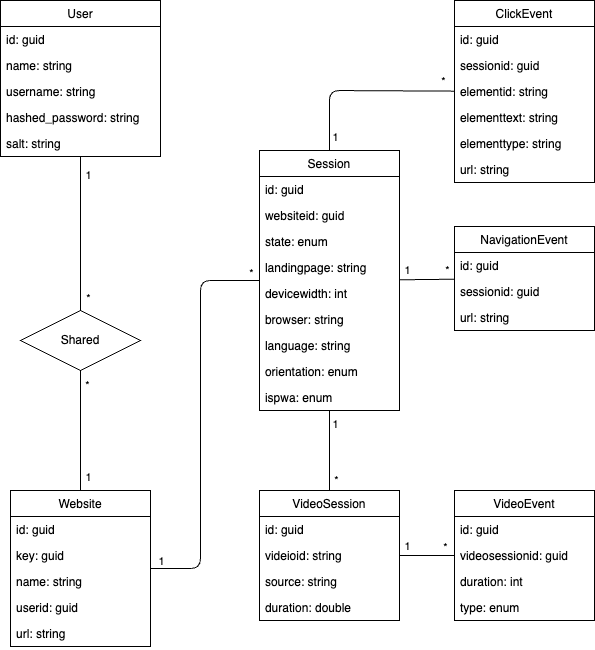
Above: documentation/domain.drawio.png in Nikditten/BachelorProjekt (draw.io), before the change. Source tidied: cells renumbered, new cells last; positions are measured from the earlier drawing's top-left corner, leaving out a move shared by most shapes.
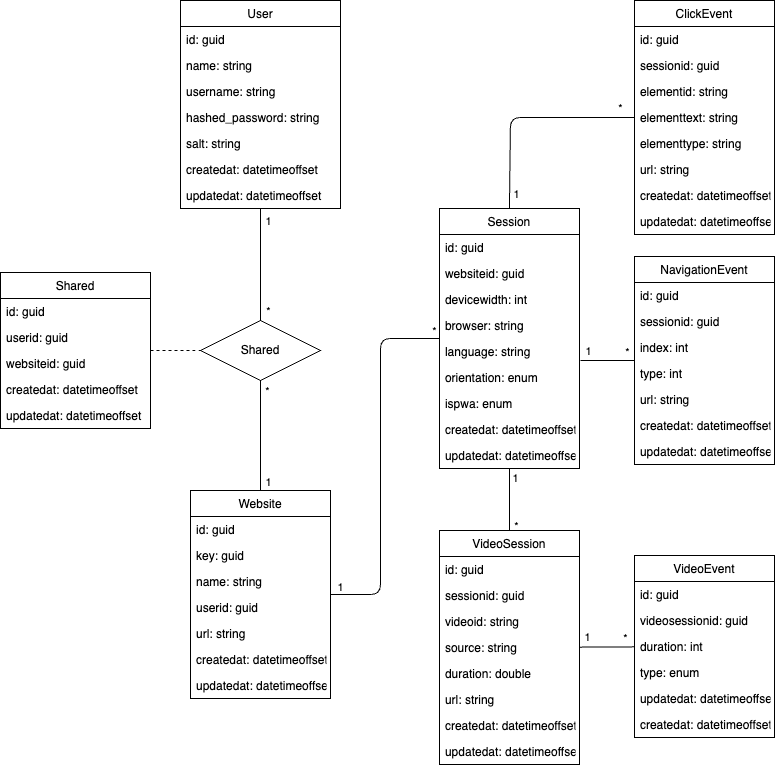
The same diagram one commit later.

Commit message:
Remove unused using statement in Shared.cs and update domain.drawio.png

What changed in the source:
```diff
@@ -16,7 +16,7 @@
       </mxGeometry>
     </mxCell>
     <mxCell id="5" value="User" style="swimlane;fontStyle=0;horizontal=1;startSize=26;fillColor=none;" parent="1" vertex="1">
-      <mxGeometry width="160" height="156" as="geometry" />
+      <mxGeometry width="160" height="208" as="geometry" />
     </mxCell>
     <mxCell id="6" value="id: guid" style="text;strokeColor=none;fillColor=none;align=left;verticalAlign=top;spacingLeft=4;spacingRight=4;overflow=hidden;" parent="5" vertex="1">
       <mxGeometry y="26" width="160" height="26" as="geometry" />
@@ -33,11 +33,17 @@
     <mxCell id="10" value="salt: string" style="text;strokeColor=none;fillColor=none;align=left;verticalAlign=top;spacingLeft=4;spacingRight=4;overflow=hidden;" parent="5" vertex="1">
       <mxGeometry y="130" width="160" height="26" as="geometry" />
     </mxCell>
+    <mxCell id="67" value="createdat: datetimeoffset" style="text;strokeColor=none;fillColor=none;align=left;verticalAlign=top;spacingLeft=4;spacingRight=4;overflow=hidden;" parent="5" vertex="1">
+      <mxGeometry y="156" width="160" height="26" as="geometry" />
+    </mxCell>
+    <mxCell id="68" value="updatedat: datetimeoffset" style="text;strokeColor=none;fillColor=none;align=left;verticalAlign=top;spacingLeft=4;spacingRight=4;overflow=hidden;" parent="5" vertex="1">
+      <mxGeometry y="182" width="160" height="26" as="geometry" />
+    </mxCell>
     <mxCell id="11" style="edgeStyle=none;html=1;endArrow=none;endFill=0;" parent="1" edge="1" source="14" target="20">
       <mxGeometry relative="1" as="geometry">
         <Array as="points">
-          <mxPoint x="200" y="568" />
-          <mxPoint x="200" y="280" />
+          <mxPoint x="200" y="594" />
+          <mxPoint x="200" y="338" />
         </Array>
       </mxGeometry>
     </mxCell>
@@ -52,7 +58,7 @@
       </mxGeometry>
     </mxCell>
     <mxCell id="14" value="Website" style="swimlane;fontStyle=0;horizontal=1;startSize=26;fillColor=none;" parent="1" vertex="1">
-      <mxGeometry x="10" y="490" width="140" height="156" as="geometry" />
+      <mxGeometry x="10" y="490" width="140" height="208" as="geometry" />
     </mxCell>
     <mxCell id="15" value="id: guid" style="text;strokeColor=none;fillColor=none;align=left;verticalAlign=top;spacingLeft=4;spacingRight=4;overflow=hidden;" parent="14" vertex="1">
       <mxGeometry y="26" width="140" height="26" as="geometry" />
@@ -69,8 +75,14 @@
     <mxCell id="19" value="url: string" style="text;strokeColor=none;fillColor=none;align=left;verticalAlign=top;spacingLeft=4;spacingRight=4;overflow=hidden;" parent="14" vertex="1">
       <mxGeometry y="130" width="140" height="26" as="geometry" />
     </mxCell>
+    <mxCell id="69" value="createdat: datetimeoffset" style="text;strokeColor=none;fillColor=none;align=left;verticalAlign=top;spacingLeft=4;spacingRight=4;overflow=hidden;" parent="14" vertex="1">
+      <mxGeometry y="156" width="140" height="26" as="geometry" />
+    </mxCell>
+    <mxCell id="70" value="updatedat: datetimeoffset" style="text;strokeColor=none;fillColor=none;align=left;verticalAlign=top;spacingLeft=4;spacingRight=4;overflow=hidden;" parent="14" vertex="1">
+      <mxGeometry y="182" width="140" height="26" as="geometry" />
+    </mxCell>
     <mxCell id="20" value="Session" style="swimlane;fontStyle=0;horizontal=1;startSize=26;fillColor=none;" parent="1" vertex="1">
-      <mxGeometry x="258.9" y="150" width="140" height="260" as="geometry" />
+      <mxGeometry x="258.9" y="208" width="140" height="260" as="geometry" />
     </mxCell>
     <mxCell id="21" value="id: guid" style="text;strokeColor=none;fillColor=none;align=left;verticalAlign=top;spacingLeft=4;spacingRight=4;overflow=hidden;" parent="20" vertex="1">
       <mxGeometry y="26" width="140" height="26" as="geometry" />
@@ -78,27 +90,27 @@
     <mxCell id="22" value="websiteid: guid" style="text;strokeColor=none;fillColor=none;align=left;verticalAlign=top;spacingLeft=4;spacingRight=4;overflow=hidden;" parent="20" vertex="1">
       <mxGeometry y="52" width="140" height="26" as="geometry" />
     </mxCell>
-    <mxCell id="23" value="state: enum" style="text;strokeColor=none;fillColor=none;align=left;verticalAlign=top;spacingLeft=4;spacingRight=4;overflow=hidden;" parent="20" vertex="1">
-      <mxGeometry y="78" width="140" height="26" as="geometry" />
-    </mxCell>
-    <mxCell id="24" value="landingpage: string" style="text;strokeColor=none;fillColor=none;align=left;verticalAlign=top;spacingLeft=4;spacingRight=4;overflow=hidden;" parent="20" vertex="1">
-      <mxGeometry y="104" width="140" height="26" as="geometry" />
-    </mxCell>
     <mxCell id="25" value="devicewidth: int" style="text;strokeColor=none;fillColor=none;align=left;verticalAlign=top;spacingLeft=4;spacingRight=4;overflow=hidden;" parent="20" vertex="1">
-      <mxGeometry y="130" width="140" height="26" as="geometry" />
+      <mxGeometry y="78" width="140" height="26" as="geometry" />
     </mxCell>
     <mxCell id="26" value="browser: string" style="text;strokeColor=none;fillColor=none;align=left;verticalAlign=top;spacingLeft=4;spacingRight=4;overflow=hidden;" parent="20" vertex="1">
-      <mxGeometry y="156" width="140" height="26" as="geometry" />
+      <mxGeometry y="104" width="140" height="26" as="geometry" />
     </mxCell>
     <mxCell id="27" value="language: string" style="text;strokeColor=none;fillColor=none;align=left;verticalAlign=top;spacingLeft=4;spacingRight=4;overflow=hidden;" parent="20" vertex="1">
-      <mxGeometry y="182" width="140" height="26" as="geometry" />
+      <mxGeometry y="130" width="140" height="26" as="geometry" />
     </mxCell>
     <mxCell id="28" value="orientation: enum" style="text;strokeColor=none;fillColor=none;align=left;verticalAlign=top;spacingLeft=4;spacingRight=4;overflow=hidden;" parent="20" vertex="1">
-      <mxGeometry y="208" width="140" height="26" as="geometry" />
+      <mxGeometry y="156" width="140" height="26" as="geometry" />
     </mxCell>
     <mxCell id="29" value="ispwa: enum" style="text;strokeColor=none;fillColor=none;align=left;verticalAlign=top;spacingLeft=4;spacingRight=4;overflow=hidden;" parent="20" vertex="1">
-      <mxGeometry y="234" width="140" height="26" as="geometry" />
+      <mxGeometry y="182" width="140" height="26" as="geometry" />
     </mxCell>
+    <mxCell id="71" value="createdat: datetimeoffset" style="text;strokeColor=none;fillColor=none;align=left;verticalAlign=top;spacingLeft=4;spacingRight=4;overflow=hidden;" parent="20" vertex="1">
+      <mxGeometry y="208" width="140" height="26" as="geometry" />
+    </mxCell>
+    <mxCell id="72" value="updatedat: datetimeoffset" style="text;strokeColor=none;fillColor=none;align=left;verticalAlign=top;spacingLeft=4;spacingRight=4;overflow=hidden;" parent="20" vertex="1">
+      <mxGeometry y="234" width="140" height="26" as="geometry" />
+    </mxCell>
     <mxCell id="30" style="edgeStyle=none;html=1;endArrow=none;endFill=0;" parent="1" edge="1" source="33" target="20">
       <mxGeometry relative="1" as="geometry" />
     </mxCell>
@@ -113,20 +125,32 @@
       </mxGeometry>
     </mxCell>
     <mxCell id="33" value="VideoSession" style="swimlane;fontStyle=0;horizontal=1;startSize=26;fillColor=none;" parent="1" vertex="1">
-      <mxGeometry x="258.9" y="490" width="140" height="130" as="geometry" />
+      <mxGeometry x="258.9" y="530" width="140" height="234" as="geometry" />
     </mxCell>
     <mxCell id="34" value="id: guid" style="text;strokeColor=none;fillColor=none;align=left;verticalAlign=top;spacingLeft=4;spacingRight=4;overflow=hidden;" parent="33" vertex="1">
       <mxGeometry y="26" width="140" height="26" as="geometry" />
     </mxCell>
+    <mxCell id="73" value="sessionid: guid" style="text;strokeColor=none;fillColor=none;align=left;verticalAlign=top;spacingLeft=4;spacingRight=4;overflow=hidden;" parent="33" vertex="1">
+      <mxGeometry y="52" width="140" height="26" as="geometry" />
+    </mxCell>
-    <mxCell id="35" value="videioid: string" style="text;strokeColor=none;fillColor=none;align=left;verticalAlign=top;spacingLeft=4;spacingRight=4;overflow=hidden;" parent="33" vertex="1">
-      <mxGeometry y="52" width="140" height="26" as="geometry" />
+    <mxCell id="35" value="videoid: string" style="text;strokeColor=none;fillColor=none;align=left;verticalAlign=top;spacingLeft=4;spacingRight=4;overflow=hidden;" parent="33" vertex="1">
+      <mxGeometry y="78" width="140" height="26" as="geometry" />
     </mxCell>
     <mxCell id="36" value="source: string" style="text;strokeColor=none;fillColor=none;align=left;verticalAlign=top;spacingLeft=4;spacingRight=4;overflow=hidden;" parent="33" vertex="1">
-      <mxGeometry y="78" width="140" height="26" as="geometry" />
+      <mxGeometry y="104" width="140" height="26" as="geometry" />
     </mxCell>
+    <mxCell id="74" value="duration: double" style="text;strokeColor=none;fillColor=none;align=left;verticalAlign=top;spacingLeft=4;spacingRight=4;overflow=hidden;" parent="33" vertex="1">
+      <mxGeometry y="130" width="140" height="26" as="geometry" />
+    </mxCell>
-    <mxCell id="37" value="duration: double" style="text;strokeColor=none;fillColor=none;align=left;verticalAlign=top;spacingLeft=4;spacingRight=4;overflow=hidden;" parent="33" vertex="1">
-      <mxGeometry y="104" width="140" height="26" as="geometry" />
+    <mxCell id="37" value="url: string" style="text;strokeColor=none;fillColor=none;align=left;verticalAlign=top;spacingLeft=4;spacingRight=4;overflow=hidden;" parent="33" vertex="1">
+      <mxGeometry y="156" width="140" height="26" as="geometry" />
     </mxCell>
+    <mxCell id="75" value="createdat: datetimeoffset" style="text;strokeColor=none;fillColor=none;align=left;verticalAlign=top;spacingLeft=4;spacingRight=4;overflow=hidden;" parent="33" vertex="1">
+      <mxGeometry y="182" width="140" height="26" as="geometry" />
+    </mxCell>
+    <mxCell id="76" value="updatedat: datetimeoffset" style="text;strokeColor=none;fillColor=none;align=left;verticalAlign=top;spacingLeft=4;spacingRight=4;overflow=hidden;" parent="33" vertex="1">
+      <mxGeometry y="208" width="140" height="26" as="geometry" />
+    </mxCell>
     <mxCell id="38" style="edgeStyle=none;html=1;endArrow=none;endFill=0;" parent="1" edge="1" source="41" target="33">
       <mxGeometry relative="1" as="geometry" />
     </mxCell>
@@ -141,7 +165,7 @@
       </mxGeometry>
     </mxCell>
     <mxCell id="41" value="VideoEvent" style="swimlane;fontStyle=0;horizontal=1;startSize=26;fillColor=none;" parent="1" vertex="1">
-      <mxGeometry x="453.9" y="490" width="140" height="130" as="geometry" />
+      <mxGeometry x="453.9" y="555" width="140" height="182" as="geometry" />
     </mxCell>
     <mxCell id="42" value="id: guid" style="text;strokeColor=none;fillColor=none;align=left;verticalAlign=top;spacingLeft=4;spacingRight=4;overflow=hidden;" parent="41" vertex="1">
       <mxGeometry y="26" width="140" height="26" as="geometry" />
@@ -155,8 +179,16 @@
     <mxCell id="45" value="type: enum" style="text;strokeColor=none;fillColor=none;align=left;verticalAlign=top;spacingLeft=4;spacingRight=4;overflow=hidden;" parent="41" vertex="1">
       <mxGeometry y="104" width="140" height="26" as="geometry" />
     </mxCell>
+    <mxCell id="77" value="updatedat: datetimeoffset" style="text;strokeColor=none;fillColor=none;align=left;verticalAlign=top;spacingLeft=4;spacingRight=4;overflow=hidden;" parent="41" vertex="1">
+      <mxGeometry y="130" width="140" height="26" as="geometry" />
+    </mxCell>
+    <mxCell id="78" value="createdat: datetimeoffset" style="text;strokeColor=none;fillColor=none;align=left;verticalAlign=top;spacingLeft=4;spacingRight=4;overflow=hidden;" parent="41" vertex="1">
+      <mxGeometry y="156" width="140" height="26" as="geometry" />
+    </mxCell>
-    <mxCell id="46" style="edgeStyle=none;html=1;endArrow=none;endFill=0;" parent="1" edge="1" source="49" target="20">
-      <mxGeometry relative="1" as="geometry" />
+    <mxCell id="46" style="edgeStyle=none;html=1;endArrow=none;endFill=0;" parent="1" edge="1" source="49">
+      <mxGeometry relative="1" as="geometry">
+        <mxPoint x="400" y="360" as="targetPoint" />
+      </mxGeometry>
     </mxCell>
     <mxCell id="47" value="*" style="edgeLabel;html=1;align=center;verticalAlign=middle;" parent="46" vertex="1">
       <mxGeometry x="-0.63" y="1" relative="1" as="geometry">
@@ -169,7 +201,7 @@
       </mxGeometry>
     </mxCell>
     <mxCell id="49" value="NavigationEvent" style="swimlane;fontStyle=0;horizontal=1;startSize=26;fillColor=none;" parent="1" vertex="1">
-      <mxGeometry x="453.9" y="226" width="140" height="104" as="geometry" />
+      <mxGeometry x="453.9" y="256" width="140" height="208" as="geometry" />
     </mxCell>
     <mxCell id="50" value="id: guid" style="text;strokeColor=none;fillColor=none;align=left;verticalAlign=top;spacingLeft=4;spacingRight=4;overflow=hidden;" parent="49" vertex="1">
       <mxGeometry y="26" width="140" height="26" as="geometry" />
@@ -177,13 +209,25 @@
     <mxCell id="51" value="sessionid: guid" style="text;strokeColor=none;fillColor=none;align=left;verticalAlign=top;spacingLeft=4;spacingRight=4;overflow=hidden;" parent="49" vertex="1">
       <mxGeometry y="52" width="140" height="26" as="geometry" />
     </mxCell>
+    <mxCell id="79" value="index: int" style="text;strokeColor=none;fillColor=none;align=left;verticalAlign=top;spacingLeft=4;spacingRight=4;overflow=hidden;" parent="49" vertex="1">
+      <mxGeometry y="78" width="140" height="26" as="geometry" />
+    </mxCell>
+    <mxCell id="80" value="type: int" style="text;strokeColor=none;fillColor=none;align=left;verticalAlign=top;spacingLeft=4;spacingRight=4;overflow=hidden;" parent="49" vertex="1">
+      <mxGeometry y="104" width="140" height="26" as="geometry" />
+    </mxCell>
     <mxCell id="52" value="url: string" style="text;strokeColor=none;fillColor=none;align=left;verticalAlign=top;spacingLeft=4;spacingRight=4;overflow=hidden;" parent="49" vertex="1">
-      <mxGeometry y="78" width="140" height="26" as="geometry" />
+      <mxGeometry y="130" width="140" height="26" as="geometry" />
     </mxCell>
+    <mxCell id="81" value="createdat: datetimeoffset" style="text;strokeColor=none;fillColor=none;align=left;verticalAlign=top;spacingLeft=4;spacingRight=4;overflow=hidden;" parent="49" vertex="1">
+      <mxGeometry y="156" width="140" height="26" as="geometry" />
+    </mxCell>
+    <mxCell id="82" value="updatedat: datetimeoffset" style="text;strokeColor=none;fillColor=none;align=left;verticalAlign=top;spacingLeft=4;spacingRight=4;overflow=hidden;" parent="49" vertex="1">
+      <mxGeometry y="182" width="140" height="26" as="geometry" />
+    </mxCell>
     <mxCell id="53" style="edgeStyle=none;html=1;entryX=0.5;entryY=0;entryDx=0;entryDy=0;endArrow=none;endFill=0;" parent="1" edge="1" source="56" target="20">
       <mxGeometry relative="1" as="geometry">
         <Array as="points">
-          <mxPoint x="328.9" y="90" />
+          <mxPoint x="330" y="117" />
         </Array>
       </mxGeometry>
     </mxCell>
@@ -198,7 +242,7 @@
       </mxGeometry>
     </mxCell>
     <mxCell id="56" value="ClickEvent" style="swimlane;fontStyle=0;horizontal=1;startSize=26;fillColor=none;" parent="1" vertex="1">
-      <mxGeometry x="453.9" width="140" height="182" as="geometry" />
+      <mxGeometry x="453.9" width="140" height="234" as="geometry" />
     </mxCell>
     <mxCell id="57" value="id: guid" style="text;strokeColor=none;fillColor=none;align=left;verticalAlign=top;spacingLeft=4;spacingRight=4;overflow=hidden;" parent="56" vertex="1">
       <mxGeometry y="26" width="140" height="26" as="geometry" />
@@ -218,21 +262,48 @@
     <mxCell id="62" value="url: string" style="text;strokeColor=none;fillColor=none;align=left;verticalAlign=top;spacingLeft=4;spacingRight=4;overflow=hidden;" parent="56" vertex="1">
       <mxGeometry y="156" width="140" height="26" as="geometry" />
     </mxCell>
+    <mxCell id="83" value="createdat: datetimeoffset" style="text;strokeColor=none;fillColor=none;align=left;verticalAlign=top;spacingLeft=4;spacingRight=4;overflow=hidden;" parent="56" vertex="1">
+      <mxGeometry y="182" width="140" height="26" as="geometry" />
+    </mxCell>
+    <mxCell id="84" value="updatedat: datetimeoffset" style="text;strokeColor=none;fillColor=none;align=left;verticalAlign=top;spacingLeft=4;spacingRight=4;overflow=hidden;" parent="56" vertex="1">
+      <mxGeometry y="208" width="140" height="26" as="geometry" />
+    </mxCell>
     <mxCell id="63" style="edgeStyle=none;html=1;endArrow=none;entryX=0.5;entryY=0;entryDx=0;entryDy=0;" parent="1" edge="1" source="5" target="66">
       <mxGeometry relative="1" as="geometry" />
     </mxCell>
     <mxCell id="64" value="1" style="edgeLabel;html=1;align=center;verticalAlign=middle;" parent="63" vertex="1">
       <mxGeometry x="-0.5" y="3" relative="1" as="geometry">
-        <mxPoint x="4" y="-21" as="offset" />
+        <mxPoint x="4" y="-16" as="offset" />
       </mxGeometry>
     </mxCell>
     <mxCell id="65" value="*" style="edgeLabel;html=1;align=center;verticalAlign=middle;" parent="63" vertex="1">
       <mxGeometry x="0.38" y="-3" relative="1" as="geometry">
-        <mxPoint x="10" y="35" as="offset" />
+        <mxPoint x="10" y="25" as="offset" />
       </mxGeometry>
     </mxCell>
     <mxCell id="66" value="Shared" style="shape=rhombus;perimeter=rhombusPerimeter;whiteSpace=wrap;html=1;align=center;" parent="1" vertex="1">
-      <mxGeometry x="20" y="310" width="120" height="60" as="geometry" />
+      <mxGeometry x="20" y="320" width="120" height="60" as="geometry" />
     </mxCell>
+    <mxCell id="85" style="edgeStyle=none;html=1;entryX=0;entryY=0.5;entryDx=0;entryDy=0;endArrow=none;endFill=0;dashed=1;" parent="1" edge="1" source="86" target="66">
+      <mxGeometry relative="1" as="geometry" />
+    </mxCell>
+    <mxCell id="86" value="Shared" style="swimlane;fontStyle=0;horizontal=1;startSize=26;fillColor=none;" parent="1" vertex="1">
+      <mxGeometry x="-180" y="272" width="150" height="156" as="geometry" />
+    </mxCell>
+    <mxCell id="87" value="id: guid" style="text;strokeColor=none;fillColor=none;align=left;verticalAlign=top;spacingLeft=4;spacingRight=4;overflow=hidden;" parent="86" vertex="1">
+      <mxGeometry y="26" width="150" height="26" as="geometry" />
+    </mxCell>
+    <mxCell id="88" value="userid: guid" style="text;strokeColor=none;fillColor=none;align=left;verticalAlign=top;spacingLeft=4;spacingRight=4;overflow=hidden;" parent="86" vertex="1">
+      <mxGeometry y="52" width="150" height="26" as="geometry" />
+    </mxCell>
+    <mxCell id="89" value="websiteid: guid" style="text;strokeColor=none;fillColor=none;align=left;verticalAlign=top;spacingLeft=4;spacingRight=4;overflow=hidden;" parent="86" vertex="1">
+      <mxGeometry y="78" width="150" height="26" as="geometry" />
+    </mxCell>
+    <mxCell id="90" value="createdat: datetimeoffset" style="text;strokeColor=none;fillColor=none;align=left;verticalAlign=top;spacingLeft=4;spacingRight=4;overflow=hidden;" parent="86" vertex="1">
+      <mxGeometry y="104" width="150" height="26" as="geometry" />
+    </mxCell>
+    <mxCell id="91" value="updatedat: datetimeoffset" style="text;strokeColor=none;fillColor=none;align=left;verticalAlign=top;spacingLeft=4;spacingRight=4;overflow=hidden;" parent="86" vertex="1">
+      <mxGeometry y="130" width="150" height="26" as="geometry" />
+    </mxCell>
   </root>
 </mxGraphModel>
```
